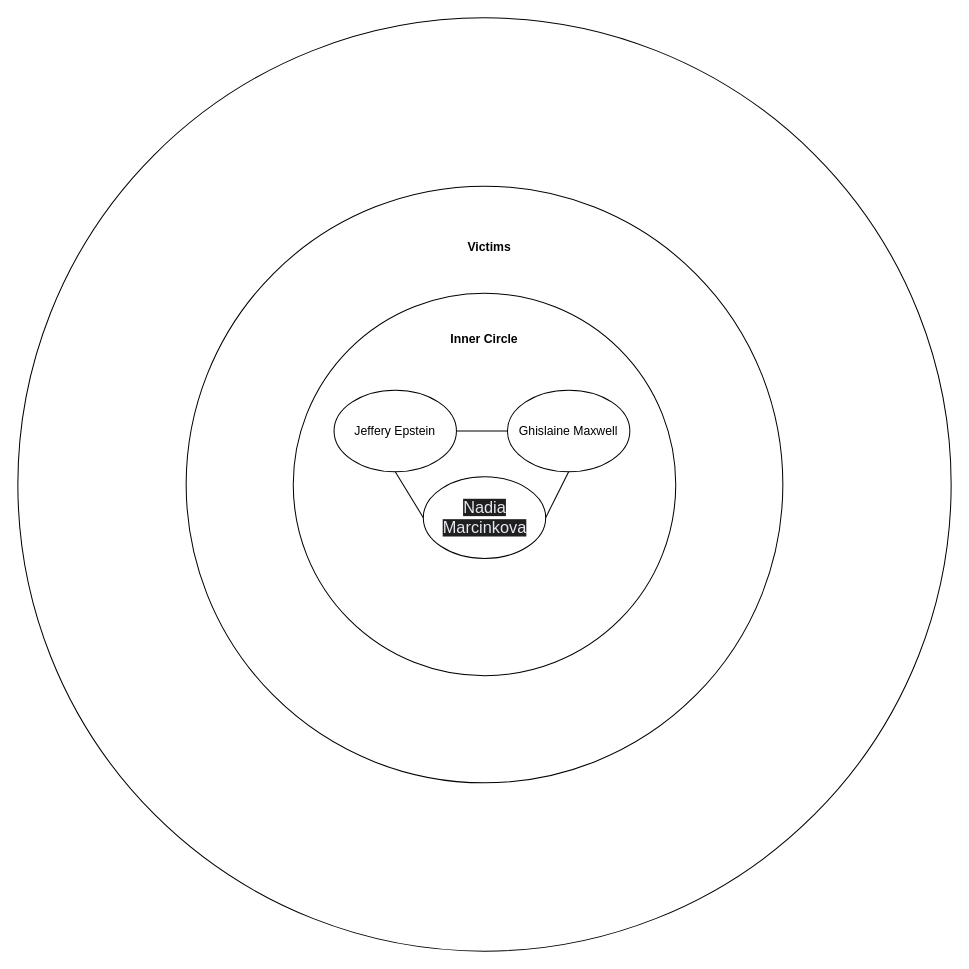
Before: EPSTEINFILES.drawio in frujujuice/CTFs, a draw.io diagram. Source tidied: cells renumbered, new cells numbered last; positions are measured from the earlier drawing's top-left corner, leaving out a move shared by most shapes. Both pictures are drawn from the tidied source at 102%, with x=0, y=0 at pixel (17, 17).
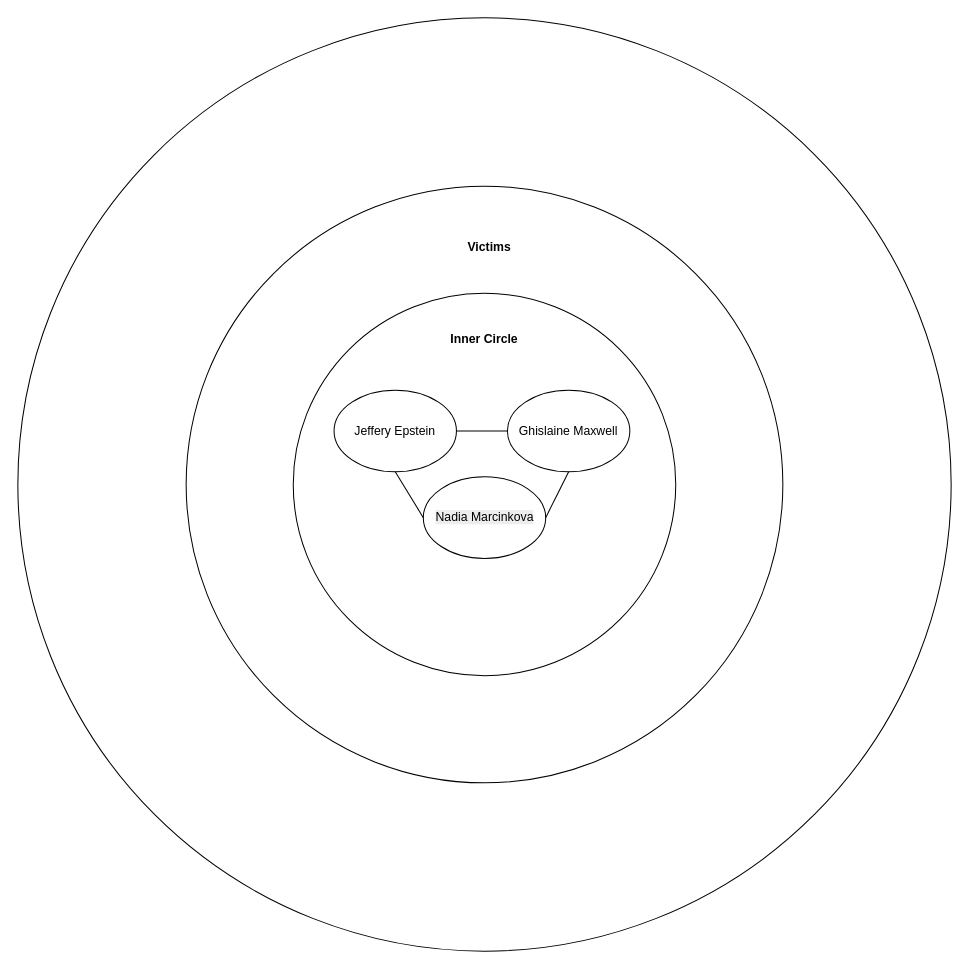
The same page after the edit.

What changed in the source:
```diff
@@
 <mxGraphModel>
   <root>
     <mxCell id="0" />
     <mxCell id="1" parent="0" />
     <mxCell id="2" style="ellipse;whiteSpace=wrap;html=1;" parent="1" vertex="1">
       <mxGeometry width="915" height="915" as="geometry" />
     </mxCell>
     <mxCell id="3" style="ellipse;whiteSpace=wrap;html=1;" parent="1" vertex="1">
       <mxGeometry x="165" y="165" width="585" height="585" as="geometry" />
     </mxCell>
     <mxCell id="4" style="ellipse;whiteSpace=wrap;html=1;" parent="1" vertex="1">
       <mxGeometry x="270" y="270" width="375" height="375" as="geometry" />
     </mxCell>
     <mxCell id="5" value="Jeffery Epstein" style="ellipse;whiteSpace=wrap;html=1;" parent="1" vertex="1">
       <mxGeometry x="310" y="365" width="120" height="80" as="geometry" />
     </mxCell>
     <mxCell id="6" value="Ghislaine Maxwell" style="ellipse;whiteSpace=wrap;html=1;" parent="1" vertex="1">
       <mxGeometry x="480" y="365" width="120" height="80" as="geometry" />
     </mxCell>
-    <mxCell id="7" value="&lt;span style=&quot;color: rgb(230, 232, 240); font-family: &amp;quot;Google Sans&amp;quot;, Arial, sans-serif; font-size: 16px; text-align: start; background-color: rgb(31, 31, 31);&quot;&gt;Nadia Marcinkova&lt;/span&gt;" style="ellipse;whiteSpace=wrap;html=1;" parent="1" vertex="1">
+    <mxCell id="7" value="&lt;p&gt;&lt;span style=&quot;text-align: start; background-color: light-dark(rgb(237, 237, 237), rgb(0, 0, 0));&quot;&gt;Nadia Marcinkova&lt;/span&gt;&lt;/p&gt;" style="ellipse;whiteSpace=wrap;html=1;" parent="1" vertex="1">
       <mxGeometry x="397.5" y="450" width="120" height="80" as="geometry" />
     </mxCell>
     <mxCell id="8" style="endArrow=none;html=1;rounded=0;entryX=1;entryY=0.5;entryDx=0;entryDy=0;exitX=0;exitY=0.5;exitDx=0;exitDy=0;" parent="1" edge="1" source="6" target="5">
       <mxGeometry relative="1" as="geometry" />
     </mxCell>
     <mxCell id="9" style="endArrow=none;html=1;rounded=0;entryX=0.5;entryY=1;entryDx=0;entryDy=0;exitX=1;exitY=0.5;exitDx=0;exitDy=0;" parent="1" edge="1" source="7" target="6">
       <mxGeometry relative="1" as="geometry" />
     </mxCell>
     <mxCell id="10" value="&lt;b&gt;Inner Circle&lt;/b&gt;" style="text;html=1;align=center;verticalAlign=middle;whiteSpace=wrap;rounded=0;" parent="1" vertex="1">
       <mxGeometry x="420" y="300" width="75" height="30" as="geometry" />
     </mxCell>
     <mxCell id="11" value="&lt;b&gt;Victims&lt;/b&gt;" style="text;html=1;align=center;verticalAlign=middle;whiteSpace=wrap;rounded=0;" parent="1" vertex="1">
       <mxGeometry x="425" y="210" width="75" height="30" as="geometry" />
     </mxCell>
     <mxCell id="12" style="endArrow=none;html=1;rounded=0;exitX=0.5;exitY=1;exitDx=0;exitDy=0;entryX=0;entryY=0.5;entryDx=0;entryDy=0;" parent="1" edge="1" source="5" target="7">
       <mxGeometry relative="1" as="geometry" />
     </mxCell>
   </root>
 </mxGraphModel>
```
